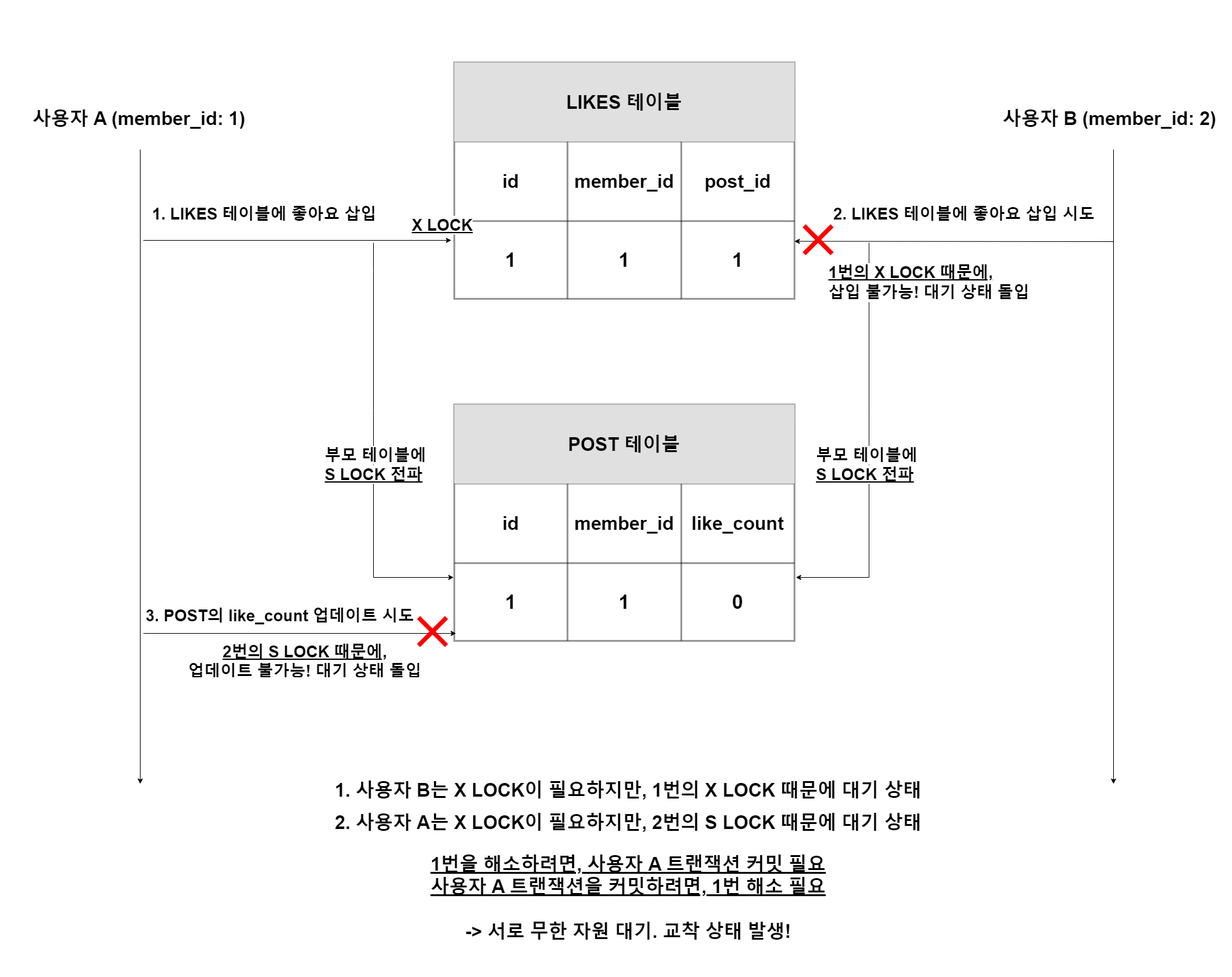
Before: transaction.png, a diagram exported from draw.io (peeerr/document). Source tidied: cells renumbered, new cells last; positions are measured from the earlier drawing's top-left corner, leaving out a move shared by most shapes.
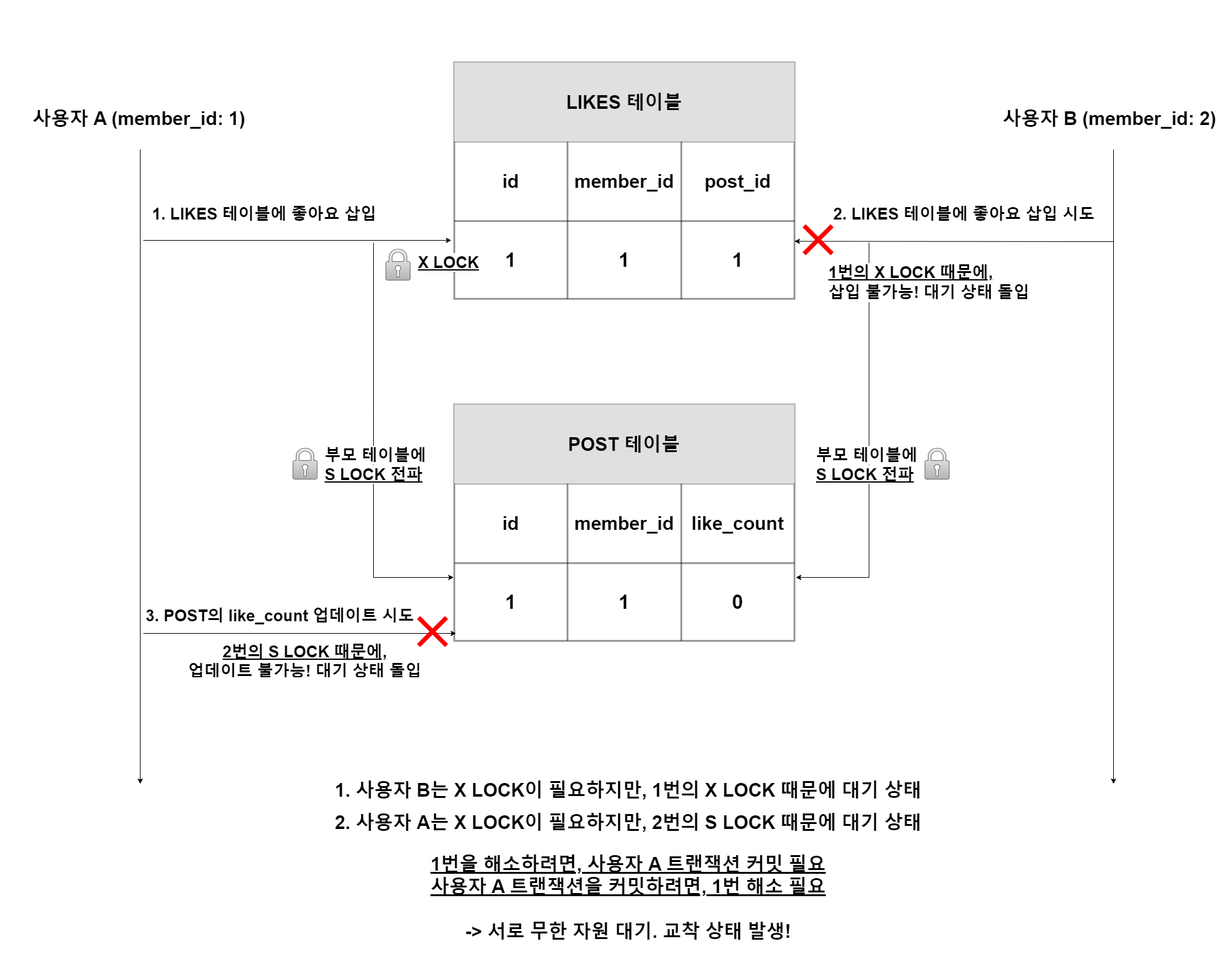
After the commit.

The edit, as a diff of the source:
```diff
@@ -80,7 +80,7 @@
       </mxGeometry>
     </mxCell>
     <mxCell id="22" value="&lt;div style=&quot;text-align: center;&quot;&gt;&lt;span style=&quot;font-size: 26px; background-color: rgb(255, 255, 255);&quot;&gt;&lt;span&gt;&lt;u&gt;X LOCK&lt;/u&gt;&lt;/span&gt;&lt;/span&gt;&lt;/div&gt;" style="text;whiteSpace=wrap;html=1;fontStyle=1;" parent="1" vertex="1">
-      <mxGeometry x="660" y="340" width="130" height="50" as="geometry" />
+      <mxGeometry x="670" y="400" width="130" height="50" as="geometry" />
     </mxCell>
     <mxCell id="23" style="shape=table;startSize=0;strokeWidth=3;fontSize=12;perimeterSpacing=0;opacity=40;rounded=0;fontColor=#FFFFFF;labelBackgroundColor=default;labelBorderColor=none;fontStyle=1;" parent="1" vertex="1">
       <mxGeometry x="730" y="650" width="547" height="380" as="geometry" />
@@ -160,5 +160,14 @@
     <mxCell id="45" style="rounded=0;whiteSpace=wrap;html=1;" parent="1" vertex="1">
       <mxGeometry height="60" as="geometry" />
     </mxCell>
+    <mxCell id="46" style="sketch=0;shadow=0;dashed=0;html=1;strokeColor=#666666;labelPosition=center;verticalLabelPosition=bottom;verticalAlign=top;align=center;fillColor=#f5f5f5;shape=mxgraph.mscae.enterprise.lock;gradientColor=#b3b3b3;fontStyle=0;" parent="1" vertex="1">
+      <mxGeometry x="470.5" y="720" width="39" height="50" as="geometry" />
+    </mxCell>
+    <mxCell id="47" style="sketch=0;shadow=0;dashed=0;html=1;strokeColor=#666666;labelPosition=center;verticalLabelPosition=bottom;verticalAlign=top;align=center;fillColor=#f5f5f5;shape=mxgraph.mscae.enterprise.lock;gradientColor=#b3b3b3;fontStyle=0;" parent="1" vertex="1">
+      <mxGeometry x="1486.8" y="720" width="39" height="50" as="geometry" />
+    </mxCell>
+    <mxCell id="48" style="sketch=0;shadow=0;dashed=0;html=1;strokeColor=#666666;labelPosition=center;verticalLabelPosition=bottom;verticalAlign=top;align=center;fillColor=#f5f5f5;shape=mxgraph.mscae.enterprise.lock;gradientColor=#b3b3b3;fontStyle=0;" parent="1" vertex="1">
+      <mxGeometry x="620" y="400" width="39" height="50" as="geometry" />
+    </mxCell>
   </root>
 </mxGraphModel>
```
